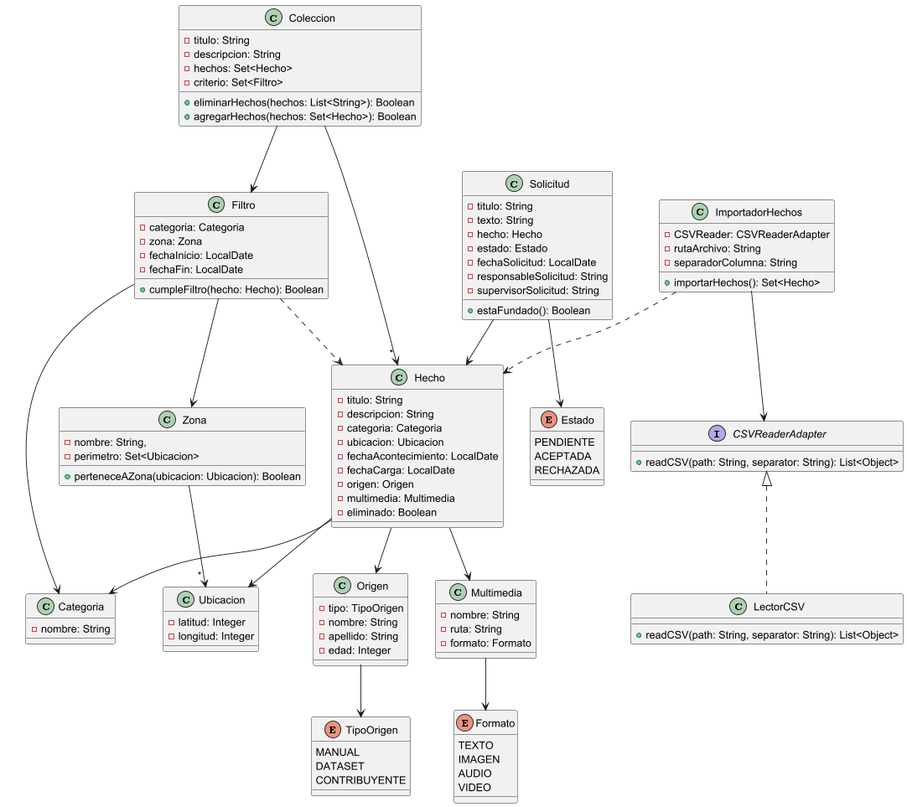
Before: docs/diagrama_de_clases.png, a diagram exported from PlantUML (Leo-de-Riv3r/2025-tpa-ma-ma-grupo-02-deploy).
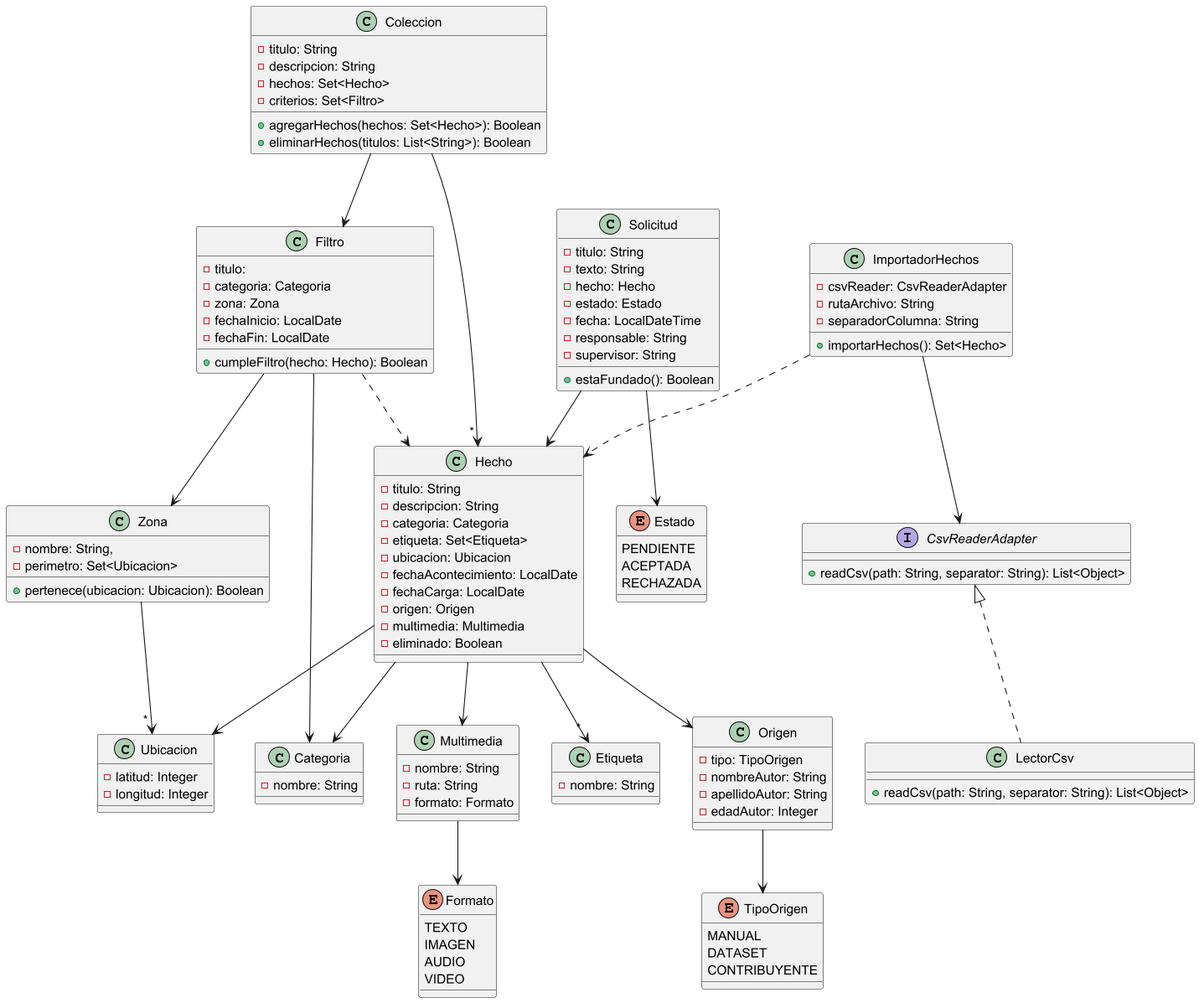
The same diagram one commit later.

Change to the diagram source:
```diff
@@ -3,6 +3,7 @@
 Multimedia --> Formato
 
 Hecho --> Categoria
+Hecho --> " * " Etiqueta
 Hecho --> Ubicacion
 Hecho --> Origen
 Hecho --> Multimedia
@@ -22,9 +23,13 @@
 Solicitud --> Estado
 
 ImportadorHechos ..> Hecho
-ImportadorHechos --> CSVReaderAdapter
+ImportadorHechos --> CsvReaderAdapter
 
 class Categoria {
+    - nombre: String
+}
+
+class Etiqueta {
     - nombre: String
 }
 
@@ -35,9 +40,9 @@
 
 class Origen {
     - tipo: TipoOrigen
-    - nombre: String
-    - apellido: String
-    - edad: Integer
+    - nombreAutor: String
+    - apellidoAutor: String
+    - edadAutor: Integer
 }
 
 enum TipoOrigen {
@@ -63,6 +68,7 @@
     - titulo: String
     - descripcion: String
     - categoria: Categoria
+    - etiqueta: Set<Etiqueta>
     - ubicacion: Ubicacion
     - fechaAcontecimiento: LocalDate
     - fechaCarga: LocalDate
@@ -74,10 +80,11 @@
 class Zona {
     - nombre: String,
     - perimetro: Set<Ubicacion>
-    + perteneceAZona(ubicacion: Ubicacion): Boolean
+    + pertenece(ubicacion: Ubicacion): Boolean
 }
 
 class Filtro {
+    - titulo:
     - categoria: Categoria
     - zona: Zona
     - fechaInicio: LocalDate
@@ -89,9 +96,9 @@
     - titulo: String
     - descripcion: String
     - hechos: Set<Hecho>
-    - criterio: Set<Filtro>
-    + eliminarHechos(hechos: List<String>): Boolean
+    - criterios: Set<Filtro>
     + agregarHechos(hechos: Set<Hecho>): Boolean
+    + eliminarHechos(titulos: List<String>): Boolean
 }
 
 enum Estado {
@@ -105,22 +112,22 @@
    - texto: String
    - hecho: Hecho
    - estado: Estado
-   - fechaSolicitud: LocalDate
-   - responsableSolicitud: String
-   - supervisorSolicitud: String
+   - fecha: LocalDateTime
+   - responsable: String
+   - supervisor: String
    + estaFundado(): Boolean
 }
 
-class LectorCSV implements CSVReaderAdapter {
-    + readCSV(path: String, separator: String): List<Object>
+class LectorCsv implements CsvReaderAdapter {
+    + readCsv(path: String, separator: String): List<Object>
 }
 
-interface CSVReaderAdapter {
-    + readCSV(path: String, separator: String): List<Object>
+interface CsvReaderAdapter {
+    + readCsv(path: String, separator: String): List<Object>
 }
 
 class ImportadorHechos {
-    - CSVReader: CSVReaderAdapter
+    - csvReader: CsvReaderAdapter
     - rutaArchivo: String
     - separadorColumna: String
     + importarHechos(): Set<Hecho>
```
